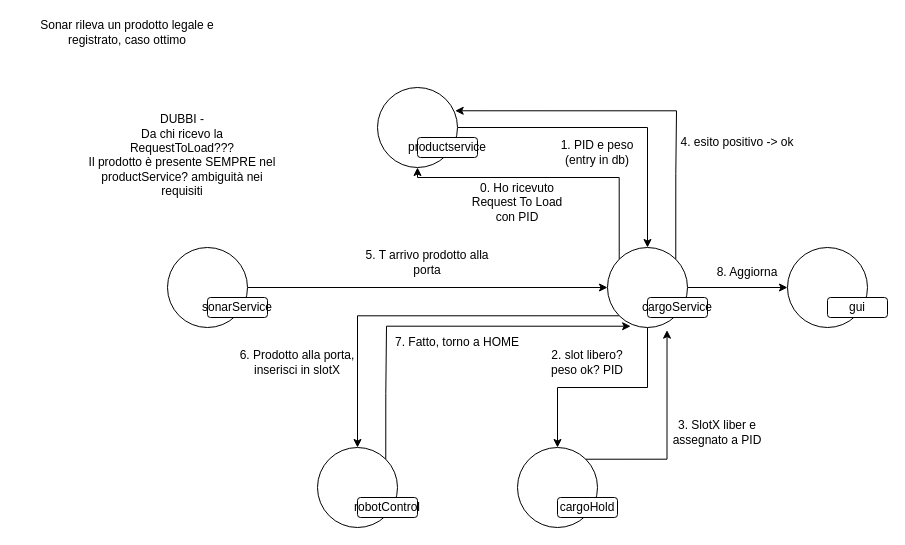
This is page "ProdottoDisponibile" (1 of 4) of userDocs/Sprint0.drawio from MarcoCrisafulli5/ISS2025-BrunoCrisafulliGiannitti, a draw.io file, before an edit. Source tidied: cells renumbered, new cells numbered last; positions are measured from the earlier drawing's top-left corner, leaving out a move shared by most shapes. Both pictures are drawn from the tidied source at 100%, with x=0, y=0 at pixel (17, 17).
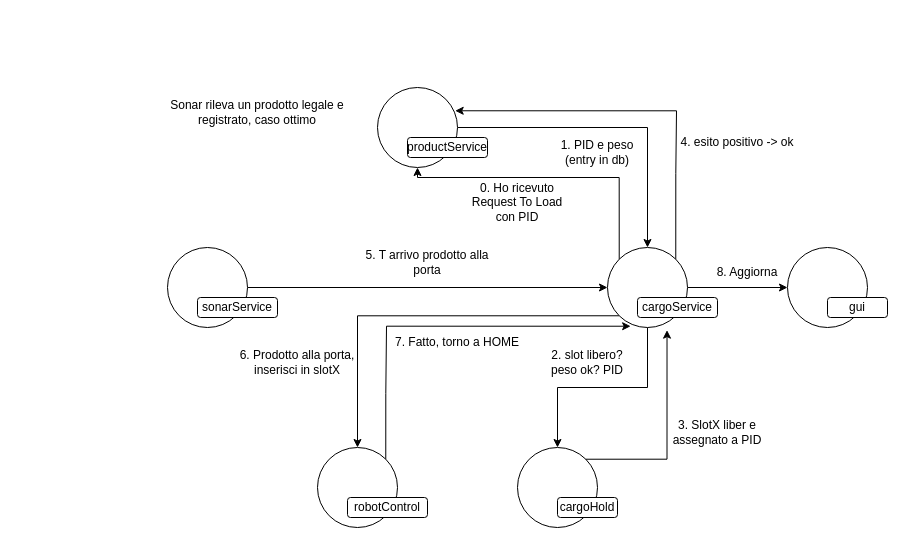
The same page after the edit.

What changed in the source:
```diff
@@
     <mxCell id="4" value="sonarService" style="rounded=1;whiteSpace=wrap;html=1;" parent="1" vertex="1">
-      <mxGeometry x="190" y="280" width="60" height="20" as="geometry" />
+      <mxGeometry x="180" y="280" width="80" height="20" as="geometry" />
     </mxCell>
@@
     <mxCell id="11" value="cargoService" style="rounded=1;whiteSpace=wrap;html=1;" parent="1" vertex="1">
-      <mxGeometry x="630" y="280" width="60" height="20" as="geometry" />
+      <mxGeometry x="620" y="280" width="80" height="20" as="geometry" />
     </mxCell>
@@
-    <mxCell id="14" value="productservice" style="rounded=1;whiteSpace=wrap;html=1;" parent="1" vertex="1">
-      <mxGeometry x="400" y="120" width="60" height="20" as="geometry" />
+    <mxCell id="14" value="productService" style="rounded=1;whiteSpace=wrap;html=1;" parent="1" vertex="1">
+      <mxGeometry x="390" y="120" width="80" height="20" as="geometry" />
     </mxCell>
@@
     <mxCell id="17" value="robotControl" style="rounded=1;whiteSpace=wrap;html=1;" parent="1" vertex="1">
-      <mxGeometry x="340" y="480" width="60" height="20" as="geometry" />
+      <mxGeometry x="330" y="480" width="80" height="20" as="geometry" />
     </mxCell>
@@
     <mxCell id="20" value="Sonar rileva un prodotto legale e registrato, caso ottimo" style="text;html=1;align=center;verticalAlign=middle;whiteSpace=wrap;rounded=0;" parent="1" vertex="1">
-      <mxGeometry width="220" height="30" as="geometry" />
+      <mxGeometry x="130" y="80" width="220" height="30" as="geometry" />
     </mxCell>
@@
-    <mxCell id="32" value="DUBBI -&lt;br&gt;Da chi ricevo la RequestToLoad???&lt;br&gt;Il prodotto è presente SEMPRE nel productService? ambiguità nei requisiti&lt;div&gt;&lt;br&gt;&lt;/div&gt;" style="text;html=1;align=center;verticalAlign=middle;whiteSpace=wrap;rounded=0;" parent="1" vertex="1">
-      <mxGeometry x="70" y="90" width="190" height="110" as="geometry" />
-    </mxCell>
```
